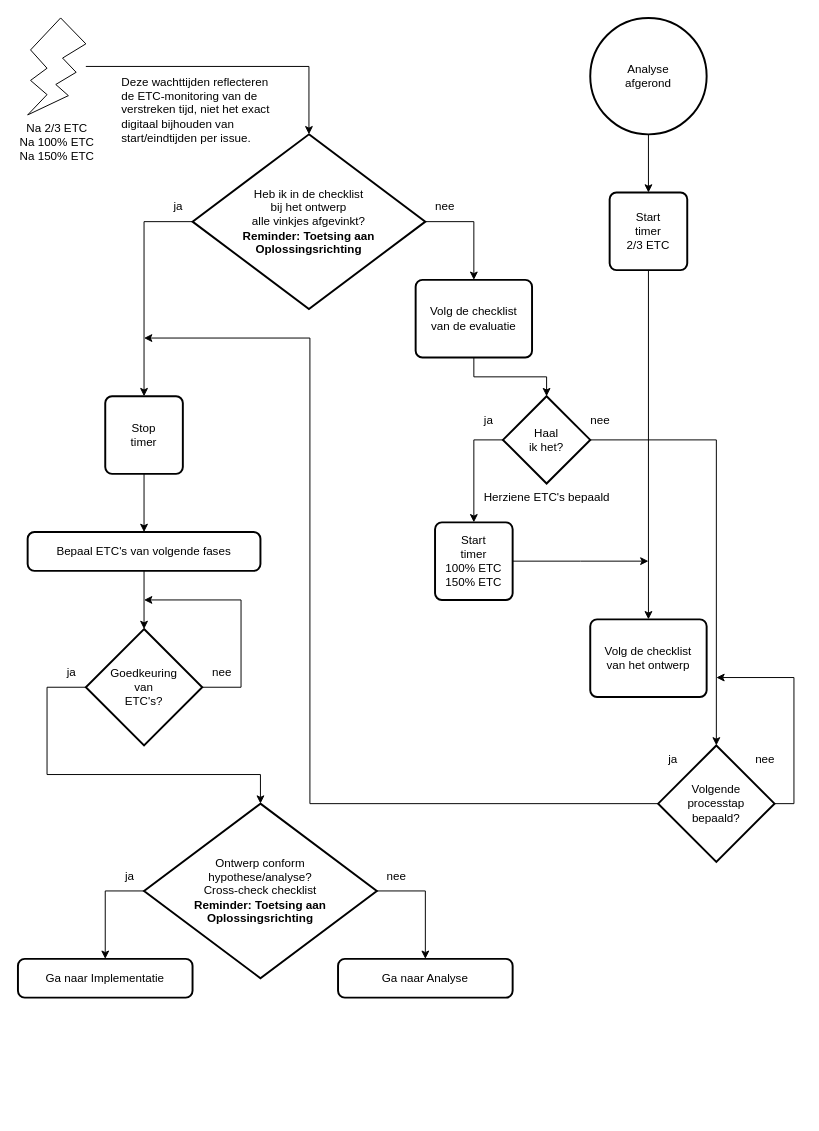
This is 3 Issue Tracker ontwerp.drawio from Zaibatsu89/IssueTracker, a draw.io file, before an edit. Source tidied: cells renumbered, new cells numbered last; positions are measured from the earlier drawing's top-left corner, leaving out a move shared by most shapes. Both pictures are drawn from the tidied source at 97%, with x=0, y=0 at pixel (17, 17).
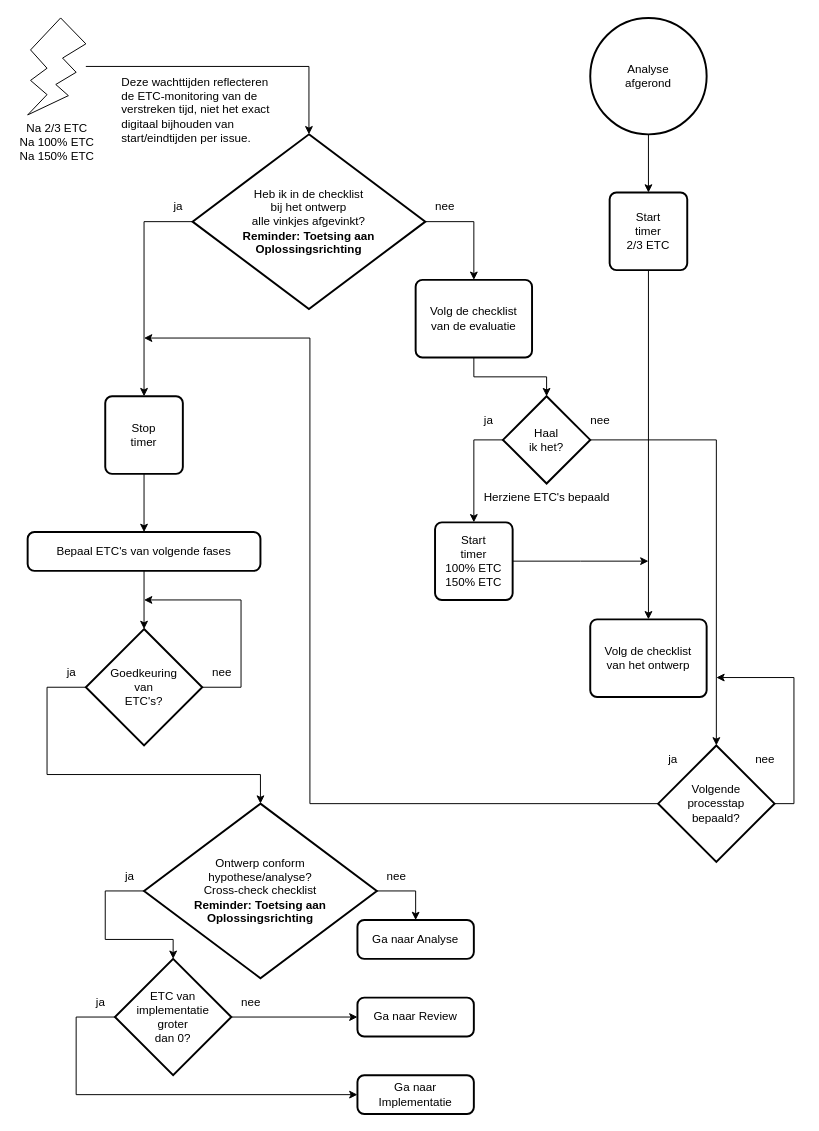
Above is the later version.

Commit message (it also covers changes not shown here):
Ontwerp kan op 0 staan in analyse flowchart, en andere flowcharts

Unchanged cells that the change refers to:
```xml
<mxCell id="13" value="Ontwerp conform&lt;br&gt;hypothese/analyse?&lt;br&gt;Cross-check checklist&lt;br&gt;&lt;b&gt;Reminder: Toetsing aan Oplossingsrichting&lt;/b&gt;" style="strokeWidth=2;html=1;shape=mxgraph.flowchart.decision;whiteSpace=wrap;" parent="1" vertex="1">
  <mxGeometry x="130" y="810" width="240" height="180" as="geometry" />
</mxCell>
```

Change to the diagram source:
```diff
@@
     <mxCell id="10" value="Ga naar Implementatie" style="rounded=1;whiteSpace=wrap;html=1;absoluteArcSize=1;arcSize=14;strokeWidth=2;" parent="1" vertex="1">
-      <mxGeometry y="970" width="180" height="40" as="geometry" />
+      <mxGeometry x="350" y="1090" width="120" height="40" as="geometry" />
     </mxCell>
-    <mxCell id="11" style="edgeStyle=orthogonalEdgeStyle;rounded=0;jettySize=auto;html=1;exitX=0;exitY=0.5;exitDx=0;exitDy=0;exitPerimeter=0;entryX=0.5;entryY=0;entryDx=0;entryDy=0;" parent="1" edge="1" source="13" target="10">
-      <mxGeometry relative="1" as="geometry" />
-    </mxCell>
@@
     <mxCell id="15" value="Ga naar Analyse" style="rounded=1;whiteSpace=wrap;html=1;absoluteArcSize=1;arcSize=14;strokeWidth=2;" parent="1" vertex="1">
-      <mxGeometry x="330" y="970" width="180" height="40" as="geometry" />
+      <mxGeometry x="350" y="930" width="120" height="40" as="geometry" />
     </mxCell>
@@
+    <mxCell id="46" style="edgeStyle=orthogonalEdgeStyle;rounded=0;jettySize=auto;html=1;exitX=0;exitY=0.5;exitDx=0;exitDy=0;exitPerimeter=0;entryX=0;entryY=0.5;entryDx=0;entryDy=0;" parent="1" edge="1" source="48" target="10">
+      <mxGeometry relative="1" as="geometry">
+        <Array as="points">
+          <mxPoint x="60" y="1030" />
+          <mxPoint x="60" y="1110" />
+        </Array>
+      </mxGeometry>
+    </mxCell>
+    <mxCell id="47" style="edgeStyle=orthogonalEdgeStyle;rounded=0;jettySize=auto;html=1;exitX=1;exitY=0.5;exitDx=0;exitDy=0;exitPerimeter=0;entryX=0;entryY=0.5;entryDx=0;entryDy=0;" parent="1" edge="1" source="48" target="51">
+      <mxGeometry relative="1" as="geometry" />
+    </mxCell>
+    <mxCell id="48" value="ETC van&lt;br&gt;implementatie&lt;br&gt;groter&lt;br&gt;dan 0?" style="strokeWidth=2;html=1;shape=mxgraph.flowchart.decision;whiteSpace=wrap;" parent="1" vertex="1">
+      <mxGeometry x="100" y="970" width="120" height="120" as="geometry" />
+    </mxCell>
+    <mxCell id="49" style="edgeStyle=orthogonalEdgeStyle;rounded=0;jettySize=auto;html=1;exitX=0;exitY=0.5;exitDx=0;exitDy=0;exitPerimeter=0;entryX=0.5;entryY=0;entryDx=0;entryDy=0;entryPerimeter=0;" parent="1" edge="1" source="13" target="48">
+      <mxGeometry relative="1" as="geometry">
+        <Array as="points">
+          <mxPoint x="90" y="900" />
+          <mxPoint x="90" y="950" />
+          <mxPoint x="160" y="950" />
+        </Array>
+      </mxGeometry>
+    </mxCell>
+    <mxCell id="50" value="ja" style="text;html=1;align=center;verticalAlign=middle;strokeColor=none;fillColor=none;" parent="1" vertex="1">
+      <mxGeometry x="70" y="1000" width="30" height="30" as="geometry" />
+    </mxCell>
+    <mxCell id="51" value="Ga naar Review" style="rounded=1;whiteSpace=wrap;html=1;absoluteArcSize=1;arcSize=14;strokeWidth=2;" parent="1" vertex="1">
+      <mxGeometry x="350" y="1010" width="120" height="40" as="geometry" />
+    </mxCell>
+    <mxCell id="52" value="nee" style="text;html=1;align=center;verticalAlign=middle;strokeColor=none;fillColor=none;" parent="1" vertex="1">
+      <mxGeometry x="220" y="1000" width="40" height="30" as="geometry" />
+    </mxCell>
```
